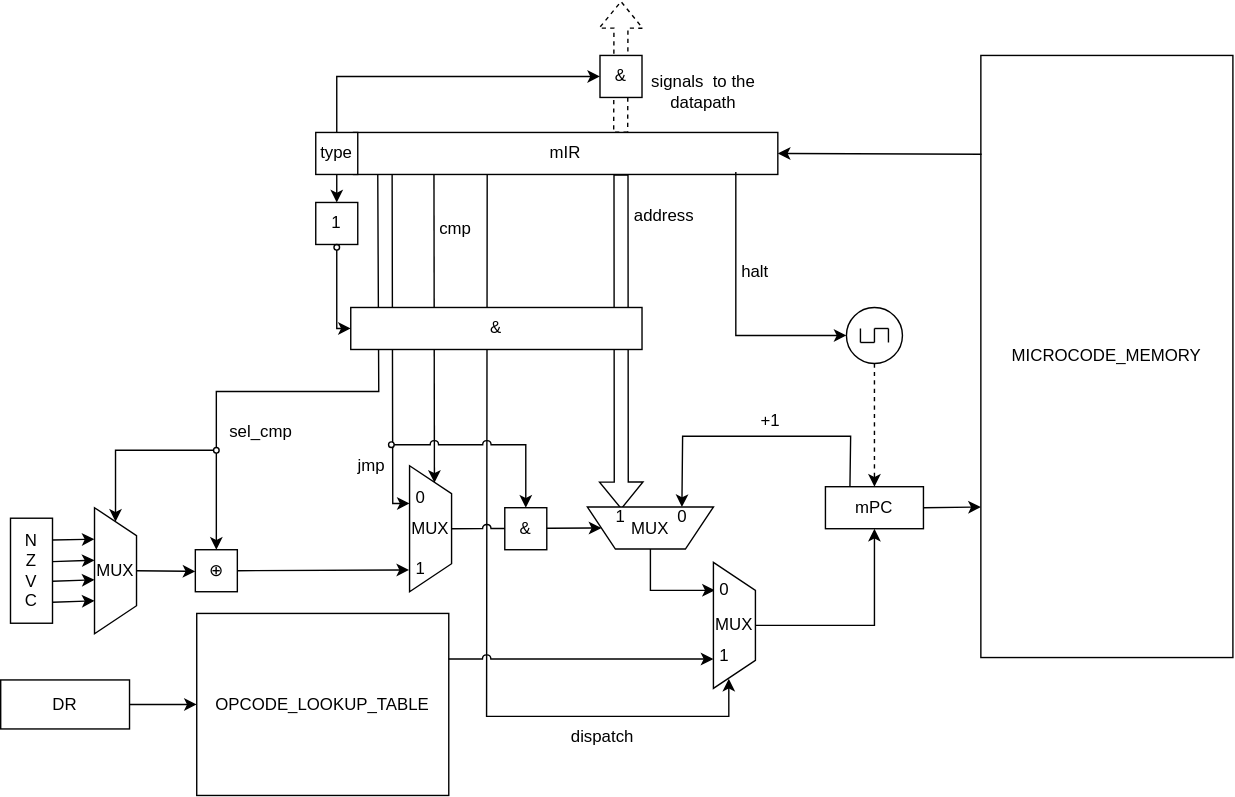
Before: assets/control_unit/scheme.svg, a diagram exported from draw.io (AstroSoup/computer-system-architecture-lab-4). Source tidied: cells renumbered, new cells last; positions are measured from the earlier drawing's top-left corner, leaving out a move shared by most shapes.
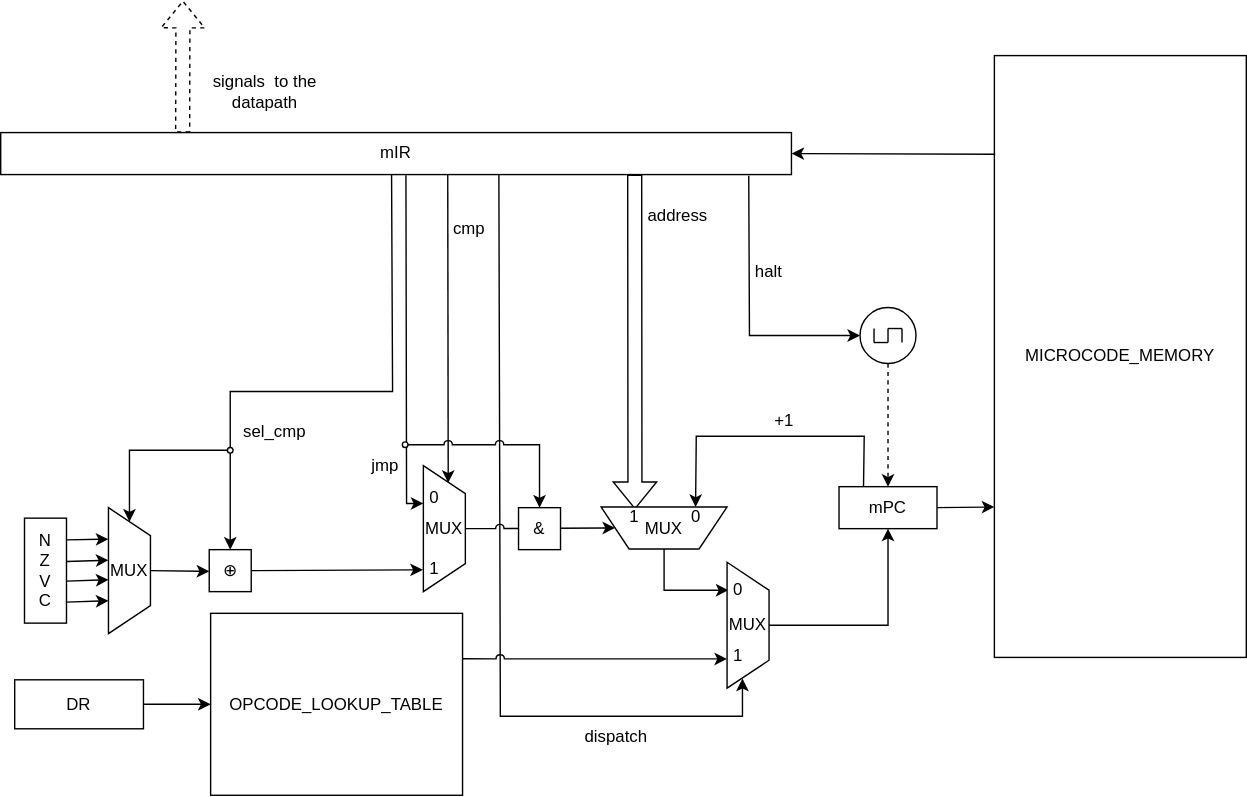
The same file after the commit.

Commit message:
exported correct CU scheme.

The edit, as a diff of the source:
```diff
@@ -10,7 +10,7 @@
         </Array>
       </mxGeometry>
     </mxCell>
-    <mxCell id="3" style="endArrow=classic;html=1;rounded=0;exitX=0.315;exitY=0.965;exitDx=0;exitDy=0;exitPerimeter=0;entryX=0.649;entryY=1.038;entryDx=0;entryDy=0;entryPerimeter=0;" parent="1" edge="1" source="8" target="53">
+    <mxCell id="3" style="endArrow=classic;html=1;rounded=0;exitX=0.63;exitY=0.967;exitDx=0;exitDy=0;exitPerimeter=0;entryX=0.649;entryY=1.038;entryDx=0;entryDy=0;entryPerimeter=0;" parent="1" edge="1" source="8" target="53">
       <mxGeometry relative="1" as="geometry">
         <Array as="points">
           <mxPoint x="347" y="511" />
@@ -39,7 +39,7 @@
       <mxGeometry x="700" y="39" width="180" height="430" as="geometry" />
     </mxCell>
     <mxCell id="8" value="mIR" style="whiteSpace=wrap;html=1;" parent="1" vertex="1">
-      <mxGeometry x="252" y="94" width="303" height="30" as="geometry" />
+      <mxGeometry x="-10" y="94" width="565" height="30" as="geometry" />
     </mxCell>
     <mxCell id="9" style="endArrow=classic;html=1;rounded=0;exitX=0.003;exitY=0.164;exitDx=0;exitDy=0;entryX=1;entryY=0.5;entryDx=0;entryDy=0;exitPerimeter=0;" parent="1" edge="1" source="7" target="8">
       <mxGeometry relative="1" as="geometry" />
@@ -49,38 +49,13 @@
     </mxCell>
     <mxCell id="11" style="shape=flexArrow;endArrow=classic;html=1;rounded=0;exitX=0.842;exitY=0.011;exitDx=0;exitDy=0;dashed=1;exitPerimeter=0;" parent="1" edge="1">
       <mxGeometry relative="1" as="geometry">
-        <mxPoint x="442.8" y="94.3" as="sourcePoint" />
-        <mxPoint x="443" as="targetPoint" />
+        <mxPoint x="120" y="94" as="sourcePoint" />
+        <mxPoint x="120.2" y="-0.3" as="targetPoint" />
       </mxGeometry>
     </mxCell>
     <mxCell id="12" value="signals&amp;nbsp; to the datapath" style="text;html=1;whiteSpace=wrap;strokeColor=none;fillColor=none;align=center;verticalAlign=middle;rounded=0;" parent="1" vertex="1">
-      <mxGeometry x="449" y="50" width="106" height="30" as="geometry" />
+      <mxGeometry x="126.2" y="49.7" width="106" height="30" as="geometry" />
     </mxCell>
-    <mxCell id="13" value="type" style="whiteSpace=wrap;html=1;" parent="1" vertex="1">
-      <mxGeometry x="225" y="94" width="30" height="30" as="geometry" />
-    </mxCell>
-    <mxCell id="14" style="endArrow=classic;html=1;rounded=0;exitX=0.5;exitY=1;exitDx=0;exitDy=0;entryX=0.5;entryY=0;entryDx=0;entryDy=0;" parent="1" edge="1" source="13" target="18">
-      <mxGeometry relative="1" as="geometry" />
-    </mxCell>
-    <mxCell id="15" value="&amp;amp;" style="whiteSpace=wrap;html=1;" parent="1" vertex="1">
-      <mxGeometry x="428" y="39" width="30" height="30" as="geometry" />
-    </mxCell>
-    <mxCell id="16" style="endArrow=classic;html=1;rounded=0;exitX=0.5;exitY=0;exitDx=0;exitDy=0;entryX=0;entryY=0.5;entryDx=0;entryDy=0;" parent="1" edge="1" source="13" target="15">
-      <mxGeometry relative="1" as="geometry">
-        <Array as="points">
-          <mxPoint x="240" y="54" />
-        </Array>
-      </mxGeometry>
-    </mxCell>
-    <mxCell id="17" style="group;" parent="1" vertex="1">
-      <mxGeometry x="225" y="144" width="30" height="34" as="geometry" />
-    </mxCell>
-    <mxCell id="18" value="1" style="whiteSpace=wrap;html=1;" parent="17" vertex="1">
-      <mxGeometry width="30" height="30" as="geometry" />
-    </mxCell>
-    <mxCell id="19" style="ellipse;whiteSpace=wrap;html=1;fillColor=none;" parent="17" vertex="1">
-      <mxGeometry x="13" y="30" width="4" height="4" as="geometry" />
-    </mxCell>
     <mxCell id="20" value="N&lt;br&gt;Z&lt;br&gt;V&lt;br&gt;C" style="rounded=0;whiteSpace=wrap;html=1;direction=south;" parent="1" vertex="1">
       <mxGeometry x="7" y="369.5" width="30" height="75" as="geometry" />
     </mxCell>
@@ -89,9 +64,6 @@
         <mxPoint x="443" y="124" as="sourcePoint" />
       </mxGeometry>
     </mxCell>
-    <mxCell id="22" value="&amp;amp;" style="whiteSpace=wrap;html=1;" parent="1" vertex="1">
-      <mxGeometry x="250" y="219" width="208" height="30" as="geometry" />
-    </mxCell>
     <mxCell id="23" value="MUX" style="shape=trapezoid;perimeter=trapezoidPerimeter;whiteSpace=wrap;html=1;fixedSize=1;direction=east;rotation=90;horizontal=0;" parent="1" vertex="1">
       <mxGeometry x="37" y="392" width="90" height="30" as="geometry" />
     </mxCell>
@@ -236,13 +208,6 @@
         </Array>
       </mxGeometry>
     </mxCell>
-    <mxCell id="60" style="endArrow=classic;html=1;rounded=0;exitX=0.5;exitY=1;exitDx=0;exitDy=0;entryX=0;entryY=0.5;entryDx=0;entryDy=0;" parent="1" edge="1" source="19" target="22">
-      <mxGeometry relative="1" as="geometry">
-        <Array as="points">
-          <mxPoint x="240" y="234" />
-        </Array>
-      </mxGeometry>
-    </mxCell>
     <mxCell id="61" style="group;" parent="1" vertex="1">
       <mxGeometry x="604" y="219" width="40" height="40" as="geometry" />
     </mxCell>
@@ -285,7 +250,7 @@
     <mxCell id="69" style="endArrow=classic;html=1;rounded=0;exitX=0.5;exitY=1;exitDx=0;exitDy=0;entryX=0.5;entryY=0;entryDx=0;entryDy=0;dashed=1;" parent="1" edge="1" source="62" target="6">
       <mxGeometry relative="1" as="geometry" />
     </mxCell>
-    <mxCell id="70" style="endArrow=classic;html=1;rounded=0;exitX=0.901;exitY=0.942;exitDx=0;exitDy=0;exitPerimeter=0;entryX=0;entryY=0.5;entryDx=0;entryDy=0;" parent="1" edge="1" source="8" target="62">
+    <mxCell id="70" style="endArrow=classic;html=1;rounded=0;exitX=0.946;exitY=1.028;exitDx=0;exitDy=0;exitPerimeter=0;entryX=0;entryY=0.5;entryDx=0;entryDy=0;" parent="1" edge="1" source="8" target="62">
       <mxGeometry relative="1" as="geometry">
         <Array as="points">
           <mxPoint x="525" y="239" />
```
